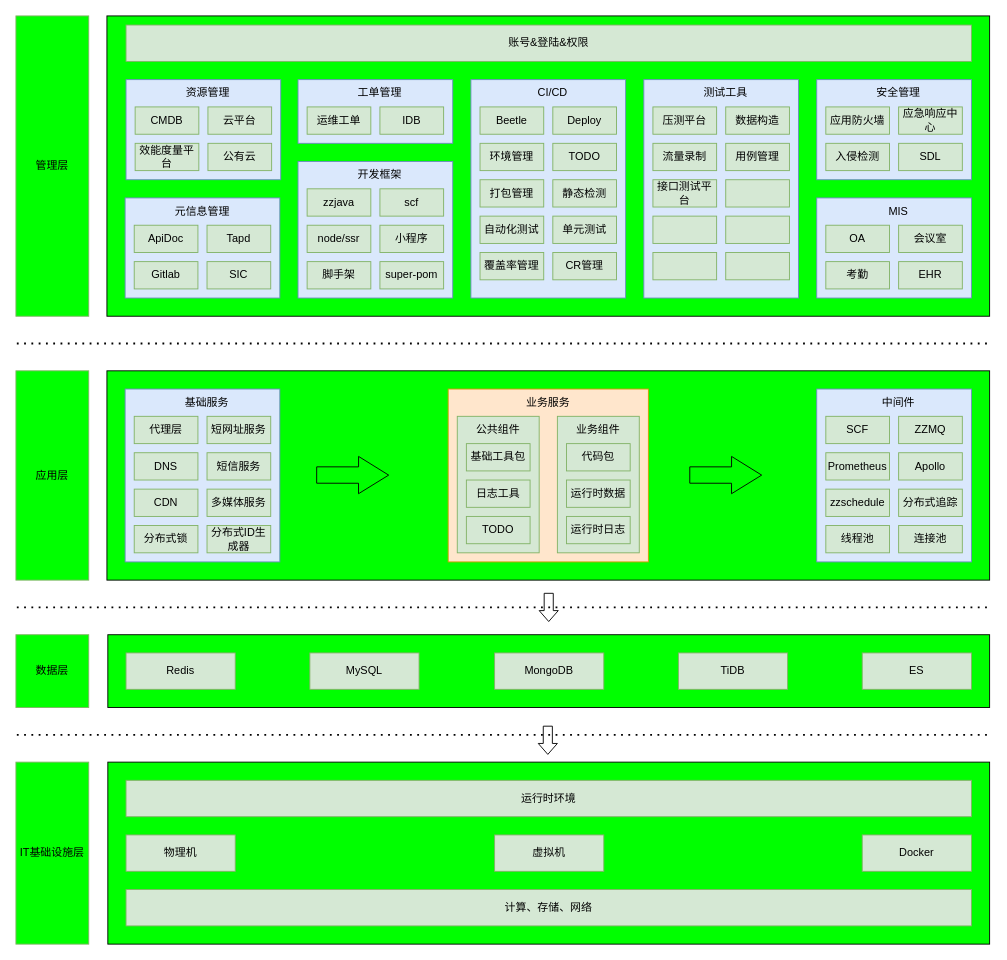
Before: tc/技术基础体系架构.drawio in zhuanzhuan-tech/arch-draw-io, a draw.io diagram. Source tidied: cells renumbered, new cells numbered last; positions are measured from the earlier drawing's top-left corner, leaving out a move shared by most shapes. Both pictures are drawn from the tidied source at 91%, with x=0, y=0 at pixel (15, 15).
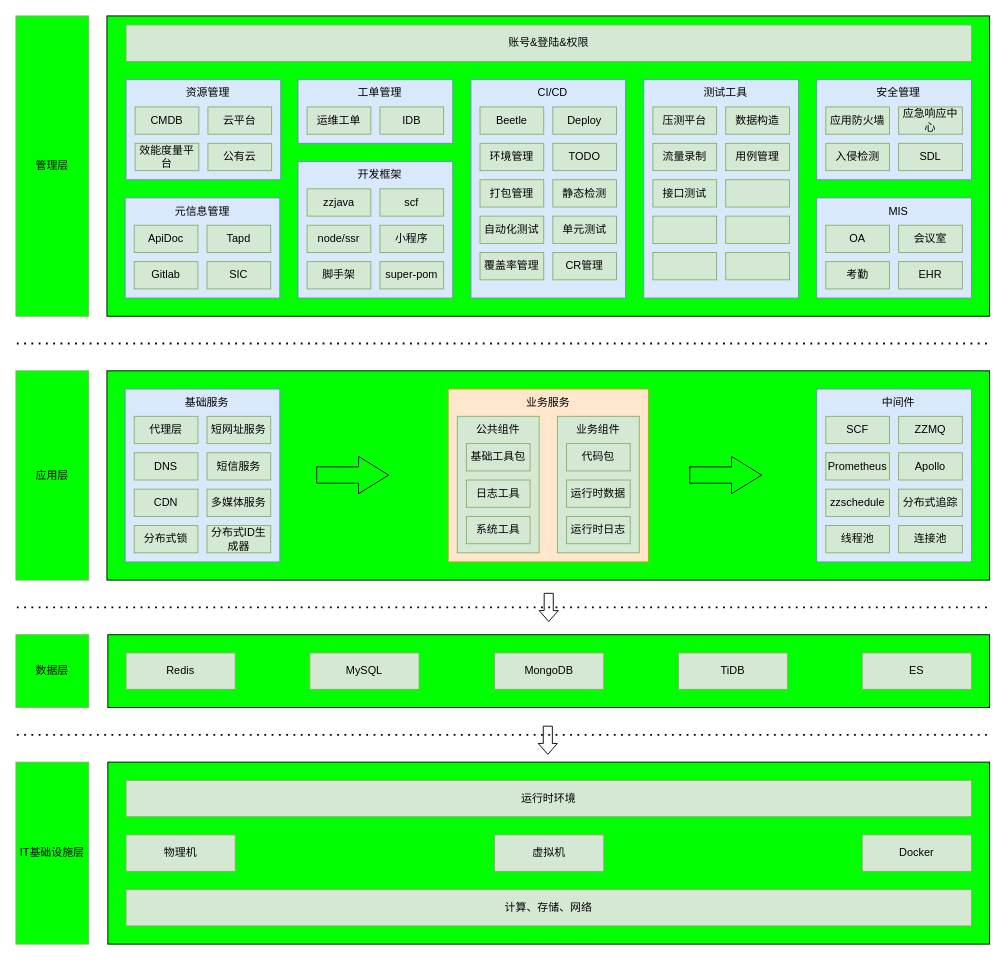
Above is the later version.

Commit message:
更新技术基础体系架构.drawio

The change refers to these unchanged cells:
```xml
<mxCell id="97" style="group;" parent="1" vertex="1">
  <mxGeometry x="475" y="410" width="220" height="190" as="geometry" />
</mxCell>
```

Change to the diagram source:
```diff
@@
-    <mxCell id="71" value="接口测试平台" style="rounded=0;whiteSpace=wrap;html=1;fillColor=#d5e8d4;strokeColor=#82b366;" parent="1" vertex="1">
+    <mxCell id="71" value="接口测试" style="rounded=0;whiteSpace=wrap;html=1;fillColor=#d5e8d4;strokeColor=#82b366;" parent="1" vertex="1">
       <mxGeometry x="700" y="180" width="70" height="30" as="geometry" />
     </mxCell>
@@
-    <mxCell id="102" value="TODO" style="rounded=0;whiteSpace=wrap;html=1;fillColor=#d5e8d4;strokeColor=#82b366;" parent="97" vertex="1">
+    <mxCell id="102" value="系统工具" style="rounded=0;whiteSpace=wrap;html=1;fillColor=#d5e8d4;strokeColor=#82b366;" parent="97" vertex="1">
       <mxGeometry x="20" y="140" width="70" height="30" as="geometry" />
     </mxCell>
```
